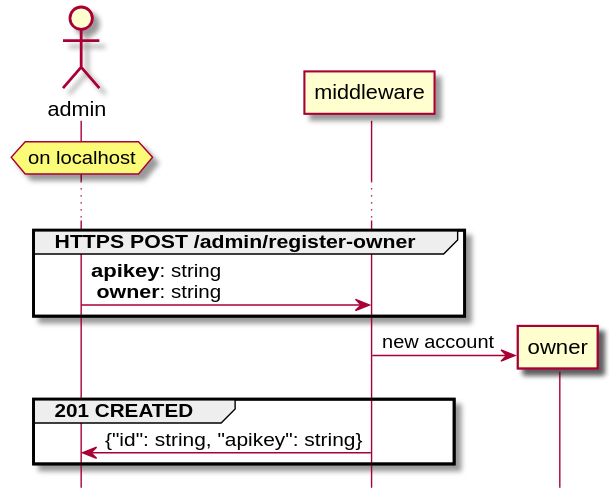
Before: DOCS/register-owner.svg, a diagram exported from PlantUML (rbccps-iisc/corinthian).
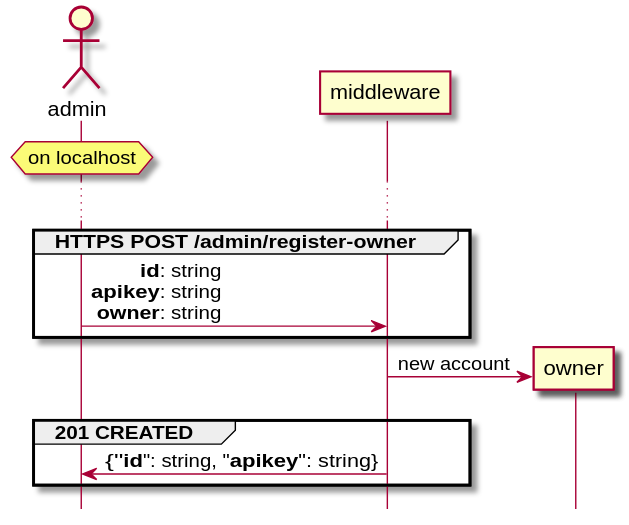
The same diagram one commit later.

Commit message:
use subject instead of topic in subsrcibe; update figures

What changed in the source:
```diff
@@ -6,13 +6,13 @@
 ...
 
 group HTTPS POST /admin/register-owner
-admin -> middleware: **apikey**: string\r**owner**: string
+admin -> middleware: **id**: string\r**apikey**: string\r**owner**: string
 end
 
 create owner
 middleware -> owner : new account
 
 group 201 CREATED
-middleware -> admin: {"id": string, "apikey": string}
+middleware -> admin: {"**id**": string, "**apikey**": string}
 end
 @enduml
```
